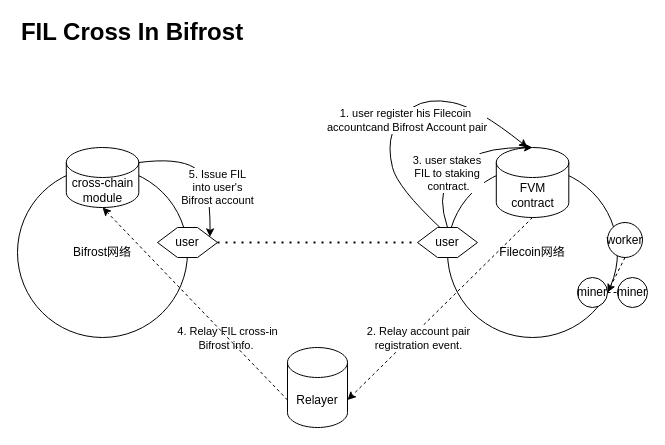
Above: vfil-crossin-fvm.drawio in herryho/flowchars (draw.io), before the change. Source tidied: cells renumbered, new cells numbered last; positions are measured from the earlier drawing's top-left corner, leaving out a move shared by most shapes. Both pictures are drawn from the tidied source at 100%, with x=0, y=0 at pixel (17, 17).
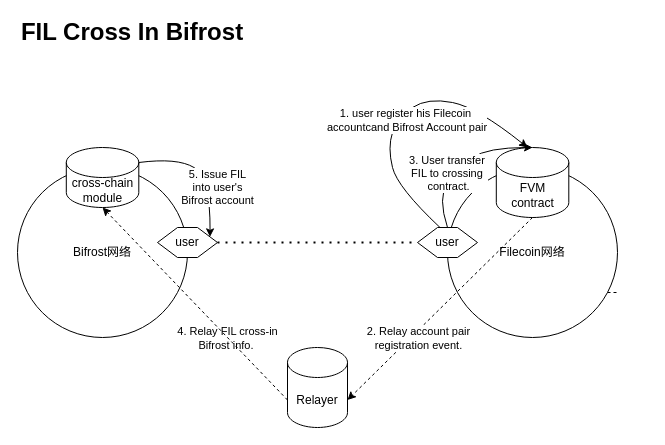
After the change.

Unchanged cells that the change refers to:
```xml
<mxCell id="12" style="curved=1;endArrow=classic;html=1;rounded=0;exitX=0.5;exitY=0;exitDx=0;exitDy=0;entryX=0.5;entryY=0;entryDx=0;entryDy=0;entryPerimeter=0;" parent="1" edge="1" source="5" target="7">
  <mxGeometry relative="1" as="geometry">
    <Array as="points">
      <mxPoint x="420" y="180" />
      <mxPoint x="440" y="150" />
      <mxPoint x="470" y="130" />
    </Array>
  </mxGeometry>
</mxCell>
```

Change to the diagram source:
```diff
@@
-    <mxCell id="8" value="worker" style="ellipse;whiteSpace=wrap;html=1;" parent="1" vertex="1">
-      <mxGeometry x="590" y="205" width="35" height="35" as="geometry" />
-    </mxCell>
@@
-    <mxCell id="13" value="3. user stakes&amp;nbsp;&lt;br&gt;FIL to staking&amp;nbsp;&lt;br&gt;contract." style="edgeLabel;html=1;align=center;verticalAlign=middle;" parent="12" vertex="1">
+    <mxCell id="13" value="3. User transfer&amp;nbsp;&lt;br&gt;FIL to crossing&amp;nbsp;&lt;br&gt;contract." style="edgeLabel;html=1;align=center;verticalAlign=middle;" parent="12" vertex="1">
       <mxGeometry x="-0.41" y="-3" relative="1" as="geometry">
         <mxPoint x="1" y="-16" as="offset" />
       </mxGeometry>
     </mxCell>
@@
-    <mxCell id="16" value="miner" style="ellipse;whiteSpace=wrap;html=1;" parent="1" vertex="1">
-      <mxGeometry x="560" y="260" width="30" height="30" as="geometry" />
-    </mxCell>
-    <mxCell id="17" value="miner" style="ellipse;whiteSpace=wrap;html=1;" parent="1" vertex="1">
-      <mxGeometry x="600" y="260" width="30" height="30" as="geometry" />
-    </mxCell>
-    <mxCell id="18" style="endArrow=none;dashed=1;html=1;rounded=0;exitX=1;exitY=0.5;exitDx=0;exitDy=0;" parent="1" edge="1" source="16">
+    <mxCell id="18" style="endArrow=none;dashed=1;html=1;rounded=0;exitX=1;exitY=0.5;exitDx=0;exitDy=0;" parent="1" edge="1">
       <mxGeometry relative="1" as="geometry">
+        <mxPoint x="590" y="275" as="sourcePoint" />
         <mxPoint x="600" y="275" as="targetPoint" />
       </mxGeometry>
     </mxCell>
-    <mxCell id="19" style="endArrow=classic;html=1;rounded=0;exitX=0.5;exitY=1;exitDx=0;exitDy=0;entryX=1;entryY=0.5;entryDx=0;entryDy=0;dashed=1;" parent="1" edge="1" source="8" target="16">
-      <mxGeometry relative="1" as="geometry" />
-    </mxCell>
```
